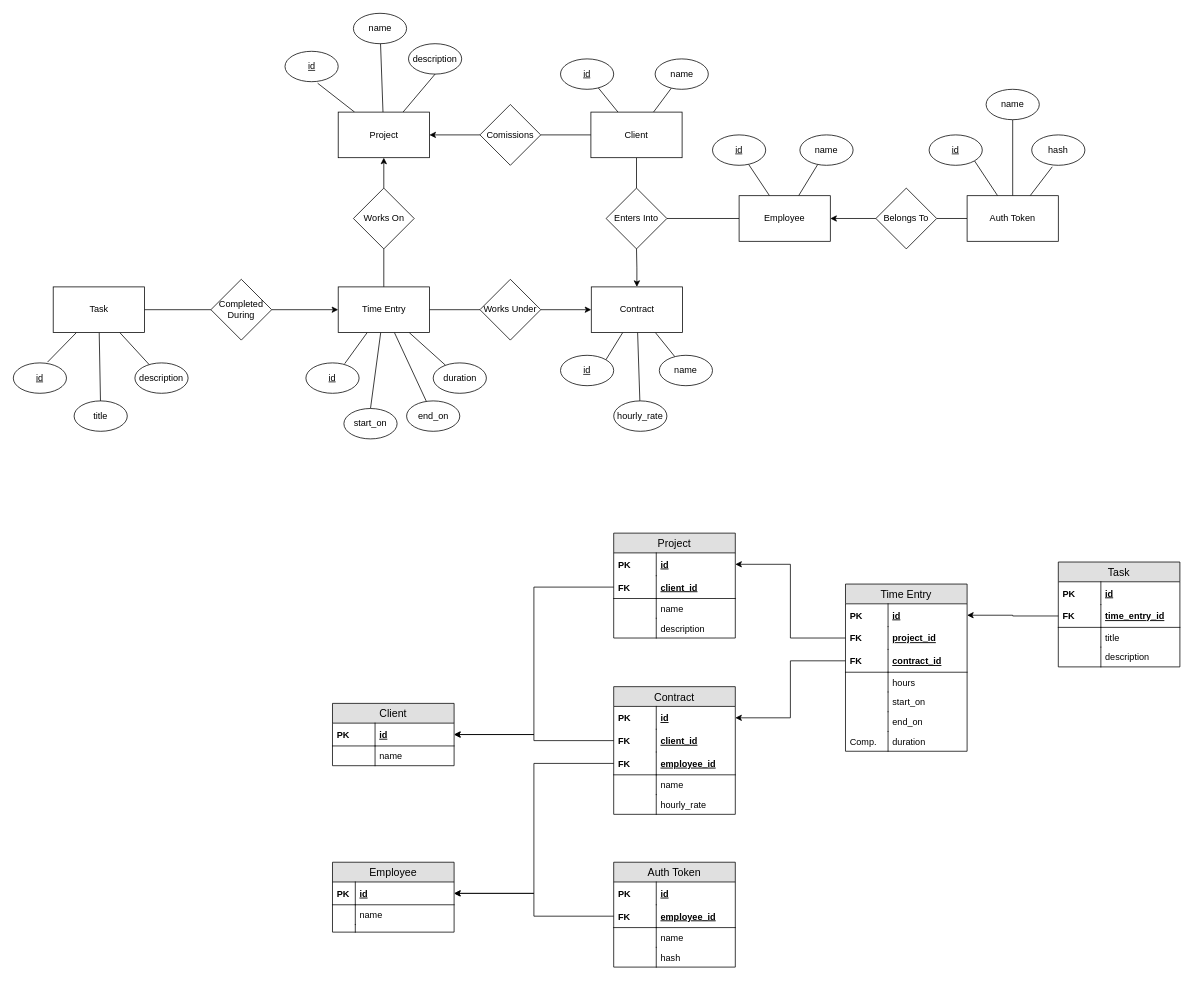
The draw.io diagram api/data-model.drawio in Noah-Huppert/time-tracker, before the edit. Source tidied: cells renumbered, new cells numbered last; positions are measured from the earlier drawing's top-left corner, leaving out a move shared by most shapes. Both pictures are drawn from the tidied source at 76%, with x=0, y=0 at pixel (13, 13).
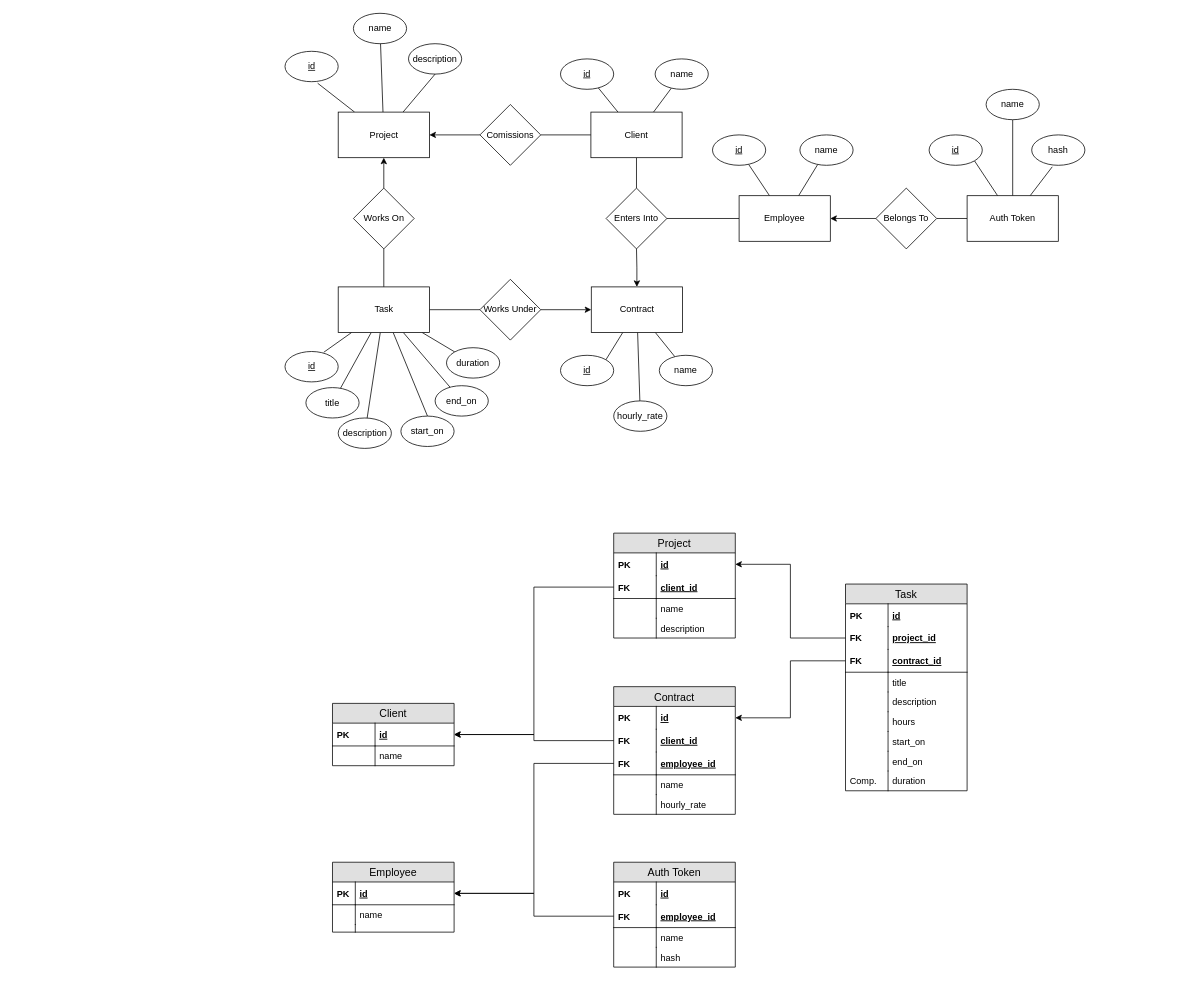
The same diagram, later.

Commit message (it also covers changes not shown here):
api: combined time_entry table w/ task table

Unchanged cells that the change refers to:
```xml
<mxCell id="88" value="id" style="shape=partialRectangle;top=0;left=0;right=0;bottom=0;align=left;verticalAlign=middle;fillColor=none;spacingLeft=60;spacingRight=4;overflow=hidden;points=[[0,0.5],[1,0.5]];portConstraint=eastwest;fontStyle=5;fontSize=12;" parent="87" vertex="1">
  <mxGeometry y="26" width="160" height="30" as="geometry" />
</mxCell>
```

What changed in the source:
```diff
@@
+    <mxCell id="140" style="rounded=0;jettySize=auto;html=1;endArrow=none;endFill=0;" parent="1" edge="1" source="45" target="124">
+      <mxGeometry relative="1" as="geometry" />
+    </mxCell>
+    <mxCell id="141" style="edgeStyle=none;rounded=0;jettySize=auto;html=1;endArrow=none;endFill=0;" parent="1" edge="1" source="45" target="125">
+      <mxGeometry relative="1" as="geometry" />
+    </mxCell>
-    <mxCell id="45" value="Time Entry" style="rounded=0;whiteSpace=wrap;html=1;" parent="1" vertex="1">
+    <mxCell id="45" value="Task" style="rounded=0;whiteSpace=wrap;html=1;" parent="1" vertex="1">
       <mxGeometry x="427.5" y="360" width="120" height="60" as="geometry" />
     </mxCell>
     <mxCell id="46" value="&lt;u&gt;id&lt;/u&gt;" style="ellipse;whiteSpace=wrap;html=1;" parent="1" vertex="1">
-      <mxGeometry x="385" y="460" width="70" height="40" as="geometry" />
+      <mxGeometry x="357.5" y="445" width="70" height="40" as="geometry" />
     </mxCell>
     <mxCell id="47" value="start_on" style="ellipse;whiteSpace=wrap;html=1;" parent="1" vertex="1">
-      <mxGeometry x="435" y="520" width="70" height="40" as="geometry" />
+      <mxGeometry x="510" y="530" width="70" height="40" as="geometry" />
     </mxCell>
@@
-    <mxCell id="87" value="Time Entry" style="swimlane;fontStyle=0;horizontal=1;startSize=26;fillColor=#e0e0e0;swimlaneFillColor=#ffffff;align=center;fontSize=14;" parent="1" vertex="1">
-      <mxGeometry x="1095" y="751" width="160" height="220" as="geometry" />
+    <mxCell id="87" value="Task" style="swimlane;fontStyle=0;horizontal=1;startSize=26;fillColor=#e0e0e0;swimlaneFillColor=#ffffff;align=center;fontSize=14;" parent="1" vertex="1">
+      <mxGeometry x="1095" y="751" width="160" height="272" as="geometry" />
     </mxCell>
@@
+    <mxCell id="133" value="title" style="shape=partialRectangle;top=0;left=0;right=0;bottom=0;align=left;verticalAlign=top;fillColor=none;spacingLeft=60;spacingRight=4;overflow=hidden;fontSize=12;" parent="87" vertex="1">
+      <mxGeometry y="116" width="160" height="26" as="geometry" />
+    </mxCell>
+    <mxCell id="134" style="shape=partialRectangle;top=0;left=0;bottom=0;fillColor=none;align=left;verticalAlign=top;spacingLeft=4;spacingRight=4;overflow=hidden;fontSize=12;" parent="133" vertex="1">
+      <mxGeometry width="56" height="26" as="geometry" />
+    </mxCell>
+    <mxCell id="135" value="description" style="shape=partialRectangle;top=0;left=0;right=0;bottom=0;align=left;verticalAlign=top;fillColor=none;spacingLeft=60;spacingRight=4;overflow=hidden;fontSize=12;" parent="87" vertex="1">
+      <mxGeometry y="142" width="160" height="26" as="geometry" />
+    </mxCell>
+    <mxCell id="136" style="shape=partialRectangle;top=0;left=0;bottom=0;fillColor=none;align=left;verticalAlign=top;spacingLeft=4;spacingRight=4;overflow=hidden;fontSize=12;" parent="135" vertex="1">
+      <mxGeometry width="56" height="26" as="geometry" />
+    </mxCell>
     <mxCell id="94" value="hours" style="shape=partialRectangle;top=0;left=0;right=0;bottom=0;align=left;verticalAlign=top;fillColor=none;spacingLeft=60;spacingRight=4;overflow=hidden;fontSize=12;" parent="87" vertex="1">
-      <mxGeometry y="116" width="160" height="26" as="geometry" />
+      <mxGeometry y="168" width="160" height="26" as="geometry" />
     </mxCell>
@@
     <mxCell id="96" value="start_on" style="shape=partialRectangle;top=0;left=0;right=0;bottom=0;align=left;verticalAlign=top;fillColor=none;spacingLeft=60;spacingRight=4;overflow=hidden;fontSize=12;" parent="87" vertex="1">
-      <mxGeometry y="142" width="160" height="26" as="geometry" />
+      <mxGeometry y="194" width="160" height="26" as="geometry" />
     </mxCell>
@@
     <mxCell id="98" value="end_on" style="shape=partialRectangle;top=0;left=0;right=0;bottom=0;align=left;verticalAlign=top;fillColor=none;spacingLeft=60;spacingRight=4;overflow=hidden;fontSize=12;" parent="87" vertex="1">
-      <mxGeometry y="168" width="160" height="26" as="geometry" />
+      <mxGeometry y="220" width="160" height="26" as="geometry" />
     </mxCell>
@@
     <mxCell id="100" value="duration" style="shape=partialRectangle;top=0;left=0;right=0;bottom=0;align=left;verticalAlign=top;fillColor=none;spacingLeft=60;spacingRight=4;overflow=hidden;fontSize=12;" parent="87" vertex="1">
-      <mxGeometry y="194" width="160" height="26" as="geometry" />
+      <mxGeometry y="246" width="160" height="26" as="geometry" />
     </mxCell>
@@
-    <mxCell id="118" style="edgeStyle=none;rounded=0;jettySize=auto;html=1;entryX=0.643;entryY=-0.025;entryDx=0;entryDy=0;entryPerimeter=0;endArrow=none;endFill=0;" parent="1" edge="1" source="122" target="123">
-      <mxGeometry relative="1" as="geometry" />
-    </mxCell>
-    <mxCell id="119" style="edgeStyle=none;rounded=0;jettySize=auto;html=1;endArrow=none;endFill=0;" parent="1" edge="1" source="122" target="124">
-      <mxGeometry relative="1" as="geometry" />
-    </mxCell>
-    <mxCell id="120" style="edgeStyle=none;rounded=0;jettySize=auto;html=1;endArrow=none;endFill=0;" parent="1" edge="1" source="122" target="125">
-      <mxGeometry relative="1" as="geometry" />
-    </mxCell>
-    <mxCell id="121" style="edgeStyle=orthogonalEdgeStyle;rounded=0;jettySize=auto;html=1;entryX=0;entryY=0.5;entryDx=0;entryDy=0;endArrow=none;endFill=0;" parent="1" edge="1" source="122" target="127">
-      <mxGeometry relative="1" as="geometry" />
-    </mxCell>
-    <mxCell id="122" value="Task" style="rounded=0;whiteSpace=wrap;html=1;" parent="1" vertex="1">
-      <mxGeometry x="52.5" y="360" width="120" height="60" as="geometry" />
-    </mxCell>
-    <mxCell id="123" value="&lt;u&gt;id&lt;/u&gt;" style="ellipse;whiteSpace=wrap;html=1;" parent="1" vertex="1">
-      <mxGeometry y="460" width="70" height="40" as="geometry" />
-    </mxCell>
+    <mxCell id="138" value="duration" style="ellipse;whiteSpace=wrap;html=1;" parent="1" vertex="1">
+      <mxGeometry x="570" y="440" width="70" height="40" as="geometry" />
+    </mxCell>
+    <mxCell id="139" value="end_on" style="ellipse;whiteSpace=wrap;html=1;" parent="1" vertex="1">
+      <mxGeometry x="555" y="490" width="70" height="40" as="geometry" />
+    </mxCell>
     <mxCell id="124" value="title" style="ellipse;whiteSpace=wrap;html=1;" parent="1" vertex="1">
-      <mxGeometry x="80" y="510" width="70" height="40" as="geometry" />
+      <mxGeometry x="385" y="492.5" width="70" height="40" as="geometry" />
     </mxCell>
     <mxCell id="125" value="description" style="ellipse;whiteSpace=wrap;html=1;" parent="1" vertex="1">
-      <mxGeometry x="160" y="460" width="70" height="40" as="geometry" />
+      <mxGeometry x="427.5" y="532.5" width="70" height="40" as="geometry" />
     </mxCell>
-    <mxCell id="126" style="edgeStyle=orthogonalEdgeStyle;rounded=0;jettySize=auto;html=1;entryX=0;entryY=0.5;entryDx=0;entryDy=0;endArrow=classic;endFill=1;" parent="1" edge="1" source="127" target="45">
-      <mxGeometry relative="1" as="geometry" />
-    </mxCell>
-    <mxCell id="127" value="Completed During" style="rhombus;whiteSpace=wrap;html=1;" parent="1" vertex="1">
-      <mxGeometry x="260" y="350" width="80" height="80" as="geometry" />
-    </mxCell>
-    <mxCell id="128" value="Task" style="swimlane;fontStyle=0;horizontal=1;startSize=26;fillColor=#e0e0e0;swimlaneFillColor=#ffffff;align=center;fontSize=14;" parent="1" vertex="1">
-      <mxGeometry x="1375" y="722" width="160" height="138" as="geometry" />
-    </mxCell>
-    <mxCell id="129" value="id" style="shape=partialRectangle;top=0;left=0;right=0;bottom=0;align=left;verticalAlign=middle;fillColor=none;spacingLeft=60;spacingRight=4;overflow=hidden;fontStyle=5;fontSize=12;" parent="128" vertex="1">
-      <mxGeometry y="26" width="160" height="30" as="geometry" />
-    </mxCell>
-    <mxCell id="130" value="PK" style="shape=partialRectangle;fontStyle=1;top=0;left=0;bottom=0;fillColor=none;align=left;verticalAlign=middle;spacingLeft=4;spacingRight=4;overflow=hidden;fontSize=12;" parent="129" vertex="1">
-      <mxGeometry width="56" height="30" as="geometry" />
-    </mxCell>
-    <mxCell id="131" value="time_entry_id" style="shape=partialRectangle;top=0;left=0;right=0;bottom=1;align=left;verticalAlign=middle;fillColor=none;spacingLeft=60;spacingRight=4;overflow=hidden;points=[[0,0.5],[1,0.5]];portConstraint=eastwest;fontStyle=5;fontSize=12;" parent="128" vertex="1">
-      <mxGeometry y="56" width="160" height="30" as="geometry" />
-    </mxCell>
-    <mxCell id="132" value="FK" style="shape=partialRectangle;fontStyle=1;top=0;left=0;bottom=0;fillColor=none;align=left;verticalAlign=middle;spacingLeft=4;spacingRight=4;overflow=hidden;fontSize=12;" parent="131" vertex="1">
-      <mxGeometry width="56" height="30" as="geometry" />
-    </mxCell>
-    <mxCell id="133" value="title" style="shape=partialRectangle;top=0;left=0;right=0;bottom=0;align=left;verticalAlign=top;fillColor=none;spacingLeft=60;spacingRight=4;overflow=hidden;fontSize=12;" parent="128" vertex="1">
-      <mxGeometry y="86" width="160" height="26" as="geometry" />
-    </mxCell>
-    <mxCell id="134" style="shape=partialRectangle;top=0;left=0;bottom=0;fillColor=none;align=left;verticalAlign=top;spacingLeft=4;spacingRight=4;overflow=hidden;fontSize=12;" parent="133" vertex="1">
-      <mxGeometry width="56" height="26" as="geometry" />
-    </mxCell>
-    <mxCell id="135" value="description" style="shape=partialRectangle;top=0;left=0;right=0;bottom=0;align=left;verticalAlign=top;fillColor=none;spacingLeft=60;spacingRight=4;overflow=hidden;fontSize=12;" parent="128" vertex="1">
-      <mxGeometry y="112" width="160" height="26" as="geometry" />
-    </mxCell>
-    <mxCell id="136" style="shape=partialRectangle;top=0;left=0;bottom=0;fillColor=none;align=left;verticalAlign=top;spacingLeft=4;spacingRight=4;overflow=hidden;fontSize=12;" parent="135" vertex="1">
-      <mxGeometry width="56" height="26" as="geometry" />
-    </mxCell>
-    <mxCell id="137" style="edgeStyle=orthogonalEdgeStyle;rounded=0;jettySize=auto;html=1;entryX=1;entryY=0.5;entryDx=0;entryDy=0;endArrow=classic;endFill=1;" parent="1" edge="1" source="131" target="88">
-      <mxGeometry relative="1" as="geometry" />
-    </mxCell>
-    <mxCell id="138" value="duration" style="ellipse;whiteSpace=wrap;html=1;" parent="1" vertex="1">
-      <mxGeometry x="552.5" y="460" width="70" height="40" as="geometry" />
-    </mxCell>
-    <mxCell id="139" value="end_on" style="ellipse;whiteSpace=wrap;html=1;" parent="1" vertex="1">
-      <mxGeometry x="517.5" y="510" width="70" height="40" as="geometry" />
-    </mxCell>
```
